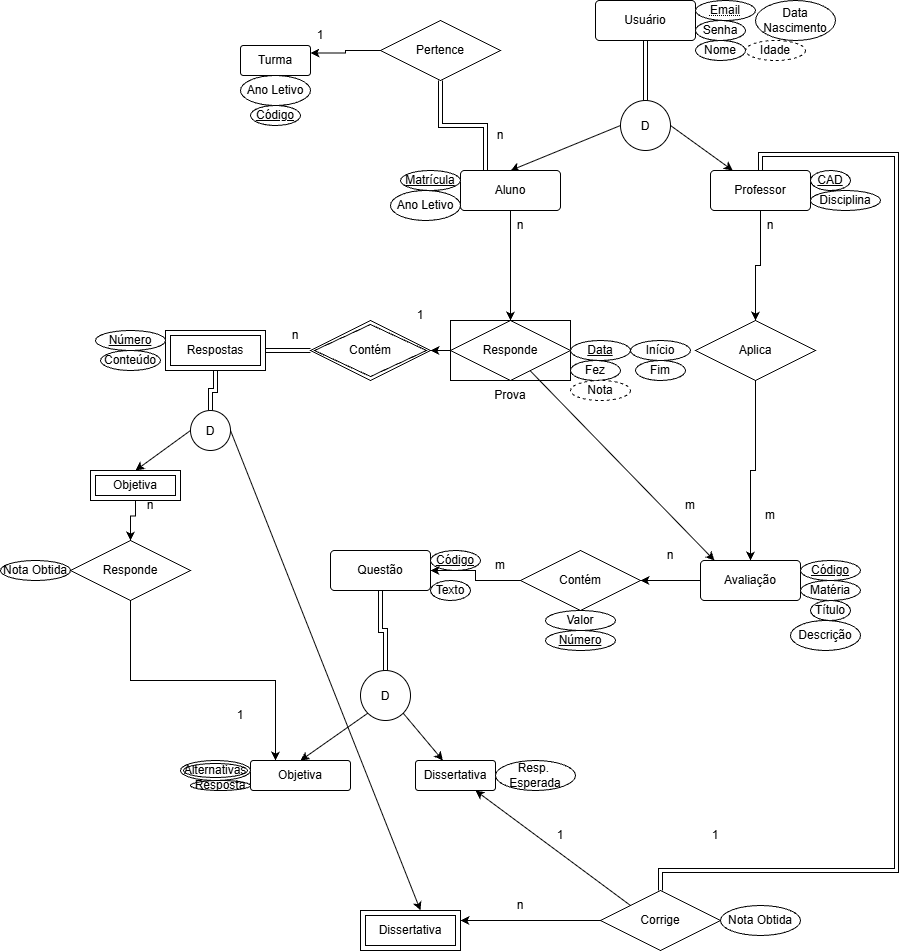
Before: SimpleSchool.drawio.png, a diagram exported from draw.io (Igwilly/SimpleSchool). Source tidied: cells renumbered, new cells last; positions are measured from the earlier drawing's top-left corner, leaving out a move shared by most shapes.
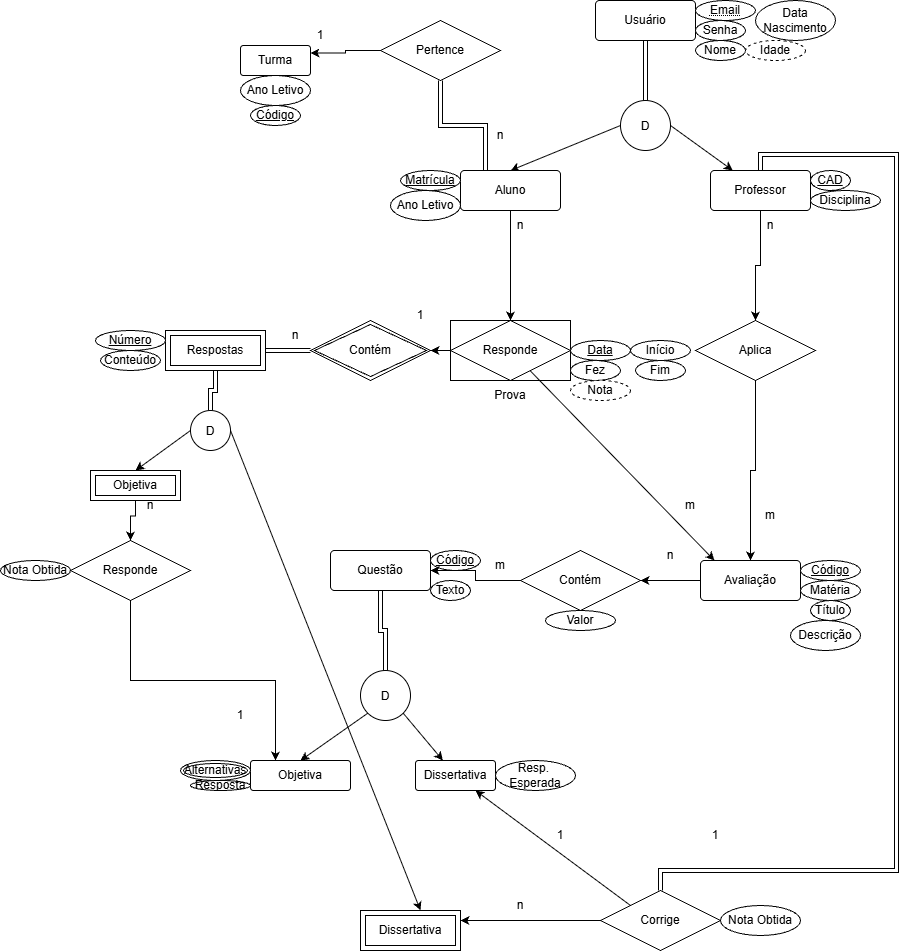
After the change.

Change to the diagram source:
```diff
@@ -197,9 +197,6 @@
     <mxCell id="63" value="Fez" style="ellipse;whiteSpace=wrap;html=1;align=center;" parent="1" vertex="1">
       <mxGeometry x="570" y="360" width="50" height="20" as="geometry" />
     </mxCell>
-    <mxCell id="64" value="&lt;u&gt;Número&lt;/u&gt;" style="ellipse;whiteSpace=wrap;html=1;align=center;" parent="1" vertex="1">
-      <mxGeometry x="545" y="630" width="70" height="20" as="geometry" />
-    </mxCell>
     <mxCell id="65" style="edgeStyle=orthogonalEdgeStyle;rounded=0;jettySize=auto;html=1;entryX=1;entryY=0.5;entryDx=0;entryDy=0;defaultLabelBackgroundColor=page;labelPadding=0 4;strokeWidth=1;shape=link;" parent="1" edge="1" source="66" target="68">
       <mxGeometry relative="1" as="geometry" />
     </mxCell>
```
